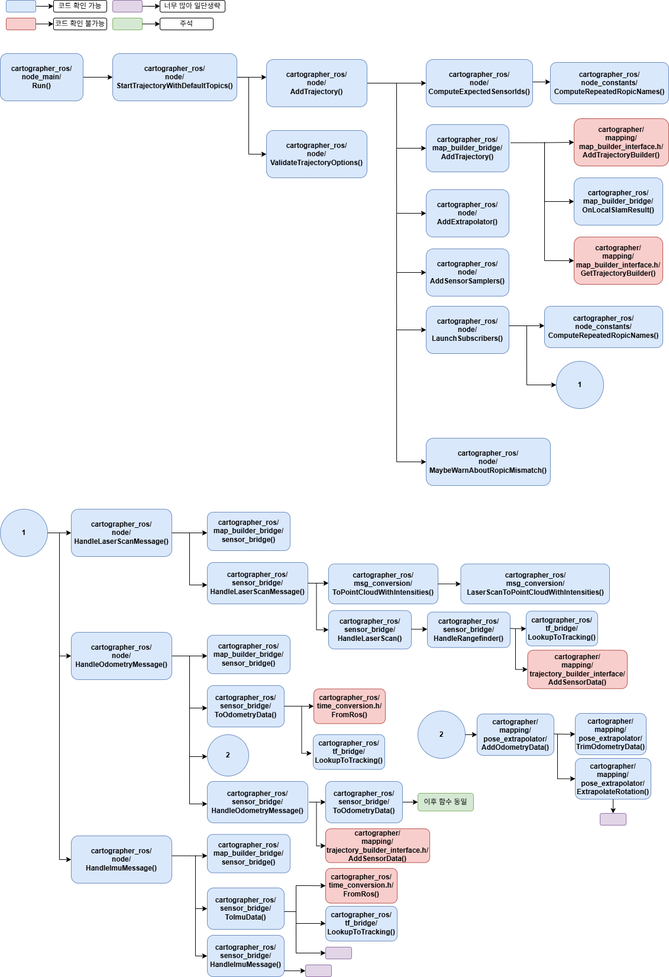
Above: ROS2 code/logic/cartographer_흐름도.png in LeeMin-git/logic (draw.io), before the change. Source tidied: cells renumbered, new cells last; positions are measured from the earlier drawing's top-left corner, leaving out a move shared by most shapes.
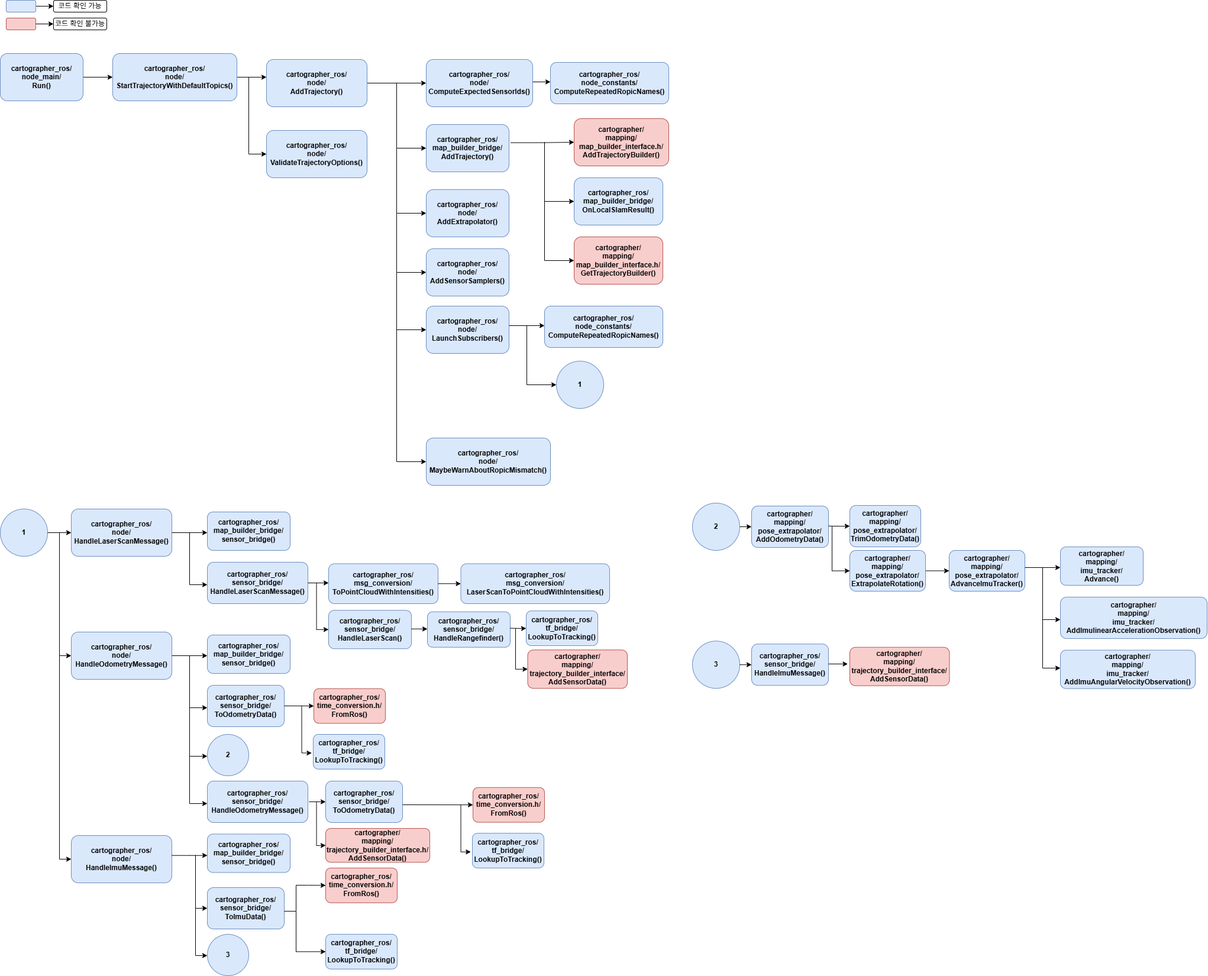
Above is the later version.

Change to the diagram source:
```diff
@@ -247,17 +247,15 @@
     <mxCell id="51" value="&lt;b&gt;cartographer_ros/&lt;br&gt;sensor_bridge/&lt;/b&gt;&lt;div&gt;&lt;b&gt;ToImuData()&lt;/b&gt;&lt;/div&gt;" style="whiteSpace=wrap;html=1;fillColor=#dae8fc;strokeColor=#6c8ebf;rounded=1;" parent="1" vertex="1">
       <mxGeometry x="350" y="1500" width="130" height="70" as="geometry" />
     </mxCell>
-    <mxCell id="52" style="edgeStyle=orthogonalEdgeStyle;rounded=0;jettySize=auto;html=1;entryX=0;entryY=0.5;entryDx=0;entryDy=0;" parent="1" edge="1" target="53">
+    <mxCell id="52" style="edgeStyle=orthogonalEdgeStyle;rounded=0;orthogonalLoop=1;jettySize=auto;html=1;entryX=0;entryY=0.5;entryDx=0;entryDy=0;" parent="1" edge="1">
       <mxGeometry relative="1" as="geometry">
         <mxPoint x="330" y="1532" as="sourcePoint" />
+        <mxPoint x="350" y="1615" as="targetPoint" />
         <Array as="points">
           <mxPoint x="330" y="1615" />
         </Array>
       </mxGeometry>
     </mxCell>
-    <mxCell id="53" value="&lt;b&gt;cartographer_ros/&lt;br&gt;sensor_bridge/&lt;/b&gt;&lt;div&gt;&lt;b&gt;HandleImuMessage()&lt;/b&gt;&lt;/div&gt;" style="whiteSpace=wrap;html=1;fillColor=#dae8fc;strokeColor=#6c8ebf;rounded=1;" parent="1" vertex="1">
-      <mxGeometry x="350" y="1580" width="130" height="70" as="geometry" />
-    </mxCell>
     <mxCell id="54" style="edgeStyle=orthogonalEdgeStyle;rounded=0;jettySize=auto;html=1;entryX=0;entryY=0.5;entryDx=0;entryDy=0;" parent="1" edge="1" target="38">
       <mxGeometry relative="1" as="geometry">
         <mxPoint x="100" y="900" as="sourcePoint" />
@@ -375,7 +373,7 @@
       </mxGeometry>
     </mxCell>
     <mxCell id="75" value="&lt;b&gt;cartographer/&lt;br&gt;mapping/&lt;br&gt;pose_extrapolator/&lt;br&gt;&lt;/b&gt;&lt;div&gt;&lt;b&gt;AddOdometryData()&lt;/b&gt;&lt;/div&gt;" style="whiteSpace=wrap;html=1;fillColor=#dae8fc;strokeColor=#6c8ebf;rounded=1;" parent="1" vertex="1">
-      <mxGeometry x="806" y="1206" width="130" height="70" as="geometry" />
+      <mxGeometry x="1270" y="855" width="130" height="70" as="geometry" />
     </mxCell>
     <mxCell id="76" style="edgeStyle=orthogonalEdgeStyle;rounded=0;orthogonalLoop=1;jettySize=auto;html=1;entryX=0;entryY=0.5;entryDx=0;entryDy=0;" parent="1" edge="1">
       <mxGeometry relative="1" as="geometry">
@@ -393,47 +391,39 @@
       <mxGeometry x="350" y="1241" width="70" height="70" as="geometry" />
     </mxCell>
     <mxCell id="79" value="&lt;b&gt;2&lt;/b&gt;" style="ellipse;whiteSpace=wrap;html=1;fillColor=#dae8fc;strokeColor=#6c8ebf;" parent="1" vertex="1">
-      <mxGeometry x="706" y="1201" width="80" height="80" as="geometry" />
+      <mxGeometry x="1170" y="850" width="80" height="80" as="geometry" />
     </mxCell>
     <mxCell id="80" style="endArrow=classic;html=1;rounded=0;entryX=0;entryY=0.5;entryDx=0;entryDy=0;" parent="1" edge="1" source="79" target="75">
       <mxGeometry relative="1" as="geometry" />
     </mxCell>
     <mxCell id="81" style="edgeStyle=orthogonalEdgeStyle;rounded=0;jettySize=auto;html=1;exitX=1;exitY=0.5;exitDx=0;exitDy=0;" parent="1" edge="1" target="82">
       <mxGeometry relative="1" as="geometry">
-        <mxPoint x="936" y="1239.8" as="sourcePoint" />
+        <mxPoint x="1400" y="888.8" as="sourcePoint" />
       </mxGeometry>
     </mxCell>
     <mxCell id="82" value="&lt;b&gt;cartographer/&lt;br&gt;mapping/&lt;br&gt;pose_extrapolator/&lt;br&gt;&lt;/b&gt;&lt;div&gt;&lt;b&gt;TrimOdometryData()&lt;/b&gt;&lt;/div&gt;" style="whiteSpace=wrap;html=1;fillColor=#dae8fc;strokeColor=#6c8ebf;rounded=1;" parent="1" vertex="1">
-      <mxGeometry x="972" y="1205" width="120" height="70" as="geometry" />
+      <mxGeometry x="1436" y="854" width="120" height="70" as="geometry" />
     </mxCell>
     <mxCell id="83" style="edgeStyle=orthogonalEdgeStyle;rounded=0;jettySize=auto;html=1;entryX=0;entryY=0.5;entryDx=0;entryDy=0;" parent="1" edge="1" target="85">
       <mxGeometry relative="1" as="geometry">
-        <mxPoint x="942" y="1240" as="sourcePoint" />
+        <mxPoint x="1406" y="889" as="sourcePoint" />
         <Array as="points">
-          <mxPoint x="942" y="1316" />
+          <mxPoint x="1406" y="965" />
         </Array>
       </mxGeometry>
     </mxCell>
-    <mxCell id="84" style="edgeStyle=orthogonalEdgeStyle;rounded=0;jettySize=auto;html=1;" parent="1" edge="1" source="85">
-      <mxGeometry relative="1" as="geometry">
-        <mxPoint x="1036" y="1374" as="targetPoint" />
-      </mxGeometry>
-    </mxCell>
+    <mxCell id="109" style="edgeStyle=orthogonalEdgeStyle;rounded=0;jettySize=auto;html=1;" parent="1" edge="1" source="85" target="118">
+      <mxGeometry relative="1" as="geometry" />
+    </mxCell>
     <mxCell id="85" value="&lt;b&gt;cartographer/&lt;br&gt;mapping/&lt;br&gt;pose_extrapolator/&lt;br&gt;&lt;/b&gt;&lt;div&gt;&lt;b&gt;ExtrapolateRotation()&lt;/b&gt;&lt;/div&gt;" style="whiteSpace=wrap;html=1;fillColor=#dae8fc;strokeColor=#6c8ebf;rounded=1;" parent="1" vertex="1">
-      <mxGeometry x="972" y="1281" width="128" height="69" as="geometry" />
+      <mxGeometry x="1436" y="930" width="128" height="69" as="geometry" />
     </mxCell>
-    <mxCell id="86" style="edgeStyle=orthogonalEdgeStyle;rounded=0;jettySize=auto;html=1;" parent="1" edge="1" source="87" target="89">
-      <mxGeometry relative="1" as="geometry" />
-    </mxCell>
     <mxCell id="87" value="&lt;b&gt;cartographer_ros/&lt;br&gt;sensor_bridge/&lt;/b&gt;&lt;div&gt;&lt;b&gt;ToOdometryData()&lt;/b&gt;&lt;/div&gt;" style="whiteSpace=wrap;html=1;fillColor=#dae8fc;strokeColor=#6c8ebf;rounded=1;" parent="1" vertex="1">
       <mxGeometry x="550" y="1320" width="130" height="70" as="geometry" />
     </mxCell>
     <mxCell id="88" style="edgeStyle=orthogonalEdgeStyle;rounded=0;jettySize=auto;html=1;exitX=1.011;exitY=0.5;exitDx=0;exitDy=0;exitPerimeter=0;entryX=0;entryY=0.5;entryDx=0;entryDy=0;" parent="1" edge="1" source="77" target="87">
       <mxGeometry relative="1" as="geometry" />
     </mxCell>
-    <mxCell id="89" value="이후 함수 동일" style="whiteSpace=wrap;html=1;fillColor=#d5e8d4;strokeColor=#82b366;rounded=1;" parent="1" vertex="1">
-      <mxGeometry x="706" y="1340" width="94" height="30" as="geometry" />
-    </mxCell>
     <mxCell id="90" value="&lt;b&gt;cartographer/&lt;/b&gt;&lt;div&gt;&lt;b&gt;mapping/&lt;br&gt;trajectory_builder_interface.h/&lt;br&gt;&lt;/b&gt;&lt;div&gt;&lt;b&gt;AddSensorData()&lt;/b&gt;&lt;/div&gt;&lt;/div&gt;" style="whiteSpace=wrap;html=1;fillColor=#f8cecc;strokeColor=#b85450;rounded=1;" parent="1" vertex="1">
       <mxGeometry x="550" y="1400" width="176" height="57.2" as="geometry" />
     </mxCell>
@@ -456,7 +446,7 @@
       </mxGeometry>
     </mxCell>
     <mxCell id="93" value="&lt;b&gt;cartographer_ros/&lt;br&gt;tf_bridge/&lt;/b&gt;&lt;div&gt;&lt;b&gt;LookupToTracking()&lt;/b&gt;&lt;/div&gt;" style="whiteSpace=wrap;html=1;fillColor=#dae8fc;strokeColor=#6c8ebf;rounded=1;" parent="1" vertex="1">
-      <mxGeometry x="550" y="1531" width="121" height="58.8" as="geometry" />
+      <mxGeometry x="550" y="1579" width="121" height="58.8" as="geometry" />
     </mxCell>
     <mxCell id="94" value="&lt;b&gt;cartographer_ros/&lt;br&gt;time_conversion.h/&lt;/b&gt;&lt;div&gt;&lt;b&gt;FromRos()&lt;/b&gt;&lt;/div&gt;" style="whiteSpace=wrap;html=1;fillColor=#f8cecc;strokeColor=#b85450;rounded=1;" parent="1" vertex="1">
       <mxGeometry x="550" y="1466.9" width="121" height="58.8" as="geometry" />
@@ -465,63 +455,101 @@
       <mxGeometry relative="1" as="geometry">
         <mxPoint x="500" y="1540" as="sourcePoint" />
         <Array as="points">
-          <mxPoint x="500" y="1560" />
-          <mxPoint x="546" y="1560" />
+          <mxPoint x="500" y="1608" />
         </Array>
       </mxGeometry>
     </mxCell>
-    <mxCell id="96" style="edgeStyle=orthogonalEdgeStyle;rounded=0;orthogonalLoop=1;jettySize=auto;html=1;entryX=0;entryY=0.5;entryDx=0;entryDy=0;" parent="1" edge="1">
-      <mxGeometry relative="1" as="geometry">
-        <mxPoint x="480" y="1640" as="sourcePoint" />
-        <mxPoint x="516" y="1640" as="targetPoint" />
-        <Array as="points">
-          <mxPoint x="492" y="1640" />
-        </Array>
-      </mxGeometry>
-    </mxCell>
-    <mxCell id="97" style="edgeStyle=orthogonalEdgeStyle;rounded=0;orthogonalLoop=1;jettySize=auto;html=1;" parent="1" edge="1">
-      <mxGeometry relative="1" as="geometry">
-        <mxPoint x="500" y="1560" as="sourcePoint" />
-        <mxPoint x="550" y="1610" as="targetPoint" />
-        <Array as="points">
-          <mxPoint x="500" y="1610" />
-        </Array>
-      </mxGeometry>
-    </mxCell>
-    <mxCell id="98" style="whiteSpace=wrap;html=1;fillColor=#e1d5e7;strokeColor=#9673a6;rounded=1;" parent="1" vertex="1">
-      <mxGeometry x="516" y="1630" width="44" height="20" as="geometry" />
-    </mxCell>
-    <mxCell id="99" style="rounded=1;whiteSpace=wrap;html=1;fillColor=#d5e8d4;strokeColor=#82b366;" parent="1" vertex="1">
-      <mxGeometry x="190" y="30" width="50" height="20" as="geometry" />
-    </mxCell>
-    <mxCell id="100" style="edgeStyle=orthogonalEdgeStyle;rounded=0;jettySize=auto;html=1;entryX=0;entryY=0.5;entryDx=0;entryDy=0;" parent="1" edge="1" source="101" target="102">
-      <mxGeometry relative="1" as="geometry" />
+    <mxCell id="100" style="edgeStyle=orthogonalEdgeStyle;rounded=0;jettySize=auto;html=1;entryX=0;entryY=0.5;entryDx=0;entryDy=0;" parent="1" edge="1" target="x">
+      <mxGeometry relative="1" as="geometry">
+        <mxPoint x="240" y="10" as="sourcePoint" />
+      </mxGeometry>
     </mxCell>
-    <mxCell id="101" style="rounded=1;whiteSpace=wrap;html=1;fillColor=#e1d5e7;strokeColor=#9673a6;" parent="1" vertex="1">
-      <mxGeometry x="190" width="50" height="20" as="geometry" />
-    </mxCell>
-    <mxCell id="102" value="너무 많아 일단생략" style="rounded=1;whiteSpace=wrap;html=1;" parent="1" vertex="1">
-      <mxGeometry x="270" width="110" height="20" as="geometry" />
-    </mxCell>
-    <mxCell id="103" style="edgeStyle=orthogonalEdgeStyle;rounded=0;jettySize=auto;html=1;entryX=0;entryY=0.5;entryDx=0;entryDy=0;" parent="1" edge="1" target="104">
-      <mxGeometry relative="1" as="geometry">
-        <mxPoint x="240" y="40" as="sourcePoint" />
-      </mxGeometry>
-    </mxCell>
-    <mxCell id="104" value="주석" style="rounded=1;whiteSpace=wrap;html=1;" parent="1" vertex="1">
-      <mxGeometry x="270" y="30" width="90" height="20" as="geometry" />
-    </mxCell>
-    <mxCell id="105" style="whiteSpace=wrap;html=1;fillColor=#e1d5e7;strokeColor=#9673a6;rounded=1;" parent="1" vertex="1">
-      <mxGeometry x="550" y="1600" width="44" height="20" as="geometry" />
-    </mxCell>
-    <mxCell id="106" style="whiteSpace=wrap;html=1;fillColor=#e1d5e7;strokeColor=#9673a6;rounded=1;" parent="1" vertex="1">
-      <mxGeometry x="1014" y="1374" width="44" height="20" as="geometry" />
-    </mxCell>
     <mxCell id="107" style="edgeStyle=orthogonalEdgeStyle;rounded=0;jettySize=auto;html=1;exitX=1;exitY=0.5;exitDx=0;exitDy=0;entryX=0;entryY=0.5;entryDx=0;entryDy=0;" parent="1" edge="1" source="61" target="108">
       <mxGeometry relative="1" as="geometry" />
     </mxCell>
     <mxCell id="108" value="&lt;b&gt;cartographer_ros/&lt;br&gt;msg_conversion/&lt;/b&gt;&lt;div&gt;&lt;b&gt;LaserScanToPointCloudWithIntensities()&lt;/b&gt;&lt;/div&gt;" style="whiteSpace=wrap;html=1;fillColor=#dae8fc;strokeColor=#6c8ebf;rounded=1;" parent="1" vertex="1">
       <mxGeometry x="778.5" y="952.5" width="251.5" height="67.5" as="geometry" />
     </mxCell>
+    <mxCell id="110" style="edgeStyle=orthogonalEdgeStyle;rounded=0;jettySize=auto;html=1;entryX=0;entryY=0.5;entryDx=0;entryDy=0;" parent="1" edge="1" target="112">
+      <mxGeometry relative="1" as="geometry">
+        <mxPoint x="680" y="1360" as="sourcePoint" />
+        <Array as="points">
+          <mxPoint x="680" y="1360" />
+        </Array>
+      </mxGeometry>
+    </mxCell>
+    <mxCell id="111" value="&lt;b&gt;cartographer_ros/&lt;br&gt;tf_bridge/&lt;/b&gt;&lt;div&gt;&lt;b&gt;LookupToTracking()&lt;/b&gt;&lt;/div&gt;" style="whiteSpace=wrap;html=1;fillColor=#dae8fc;strokeColor=#6c8ebf;rounded=1;" parent="1" vertex="1">
+      <mxGeometry x="798" y="1408.2" width="121" height="58.8" as="geometry" />
+    </mxCell>
+    <mxCell id="112" value="&lt;b&gt;cartographer_ros/&lt;br&gt;time_conversion.h/&lt;/b&gt;&lt;div&gt;&lt;b&gt;FromRos()&lt;/b&gt;&lt;/div&gt;" style="whiteSpace=wrap;html=1;fillColor=#f8cecc;strokeColor=#b85450;rounded=1;" parent="1" vertex="1">
+      <mxGeometry x="799" y="1330.8" width="121" height="58.8" as="geometry" />
+    </mxCell>
+    <mxCell id="113" style="edgeStyle=orthogonalEdgeStyle;rounded=0;jettySize=auto;html=1;entryX=-0.022;entryY=0.537;entryDx=0;entryDy=0;entryPerimeter=0;" parent="1" edge="1" target="111">
+      <mxGeometry relative="1" as="geometry">
+        <mxPoint x="778.5" y="1360.4" as="sourcePoint" />
+        <Array as="points">
+          <mxPoint x="779" y="1440.2" />
+        </Array>
+      </mxGeometry>
+    </mxCell>
+    <mxCell id="114" value="&lt;b&gt;3&lt;/b&gt;" style="ellipse;whiteSpace=wrap;html=1;fillColor=#dae8fc;strokeColor=#6c8ebf;" parent="1" vertex="1">
+      <mxGeometry x="350" y="1579" width="70" height="70" as="geometry" />
+    </mxCell>
+    <mxCell id="53" value="&lt;b&gt;cartographer_ros/&lt;br&gt;sensor_bridge/&lt;/b&gt;&lt;div&gt;&lt;b&gt;HandleImuMessage()&lt;/b&gt;&lt;/div&gt;" style="whiteSpace=wrap;html=1;fillColor=#dae8fc;strokeColor=#6c8ebf;rounded=1;" parent="1" vertex="1">
+      <mxGeometry x="1270" y="1088.2" width="130" height="70" as="geometry" />
+    </mxCell>
+    <mxCell id="115" value="&lt;b&gt;3&lt;/b&gt;" style="ellipse;whiteSpace=wrap;html=1;fillColor=#dae8fc;strokeColor=#6c8ebf;" parent="1" vertex="1">
+      <mxGeometry x="1170" y="1083.2" width="80" height="80" as="geometry" />
+    </mxCell>
+    <mxCell id="116" style="endArrow=classic;html=1;rounded=0;entryX=0;entryY=0.5;entryDx=0;entryDy=0;" parent="1" edge="1" source="115" target="53">
+      <mxGeometry relative="1" as="geometry" />
+    </mxCell>
+    <mxCell id="117" style="edgeStyle=orthogonalEdgeStyle;rounded=0;jettySize=auto;html=1;exitX=1;exitY=0.5;exitDx=0;exitDy=0;entryX=-0.02;entryY=0.422;entryDx=0;entryDy=0;entryPerimeter=0;" parent="1" edge="1" target="125">
+      <mxGeometry relative="1" as="geometry">
+        <mxPoint x="1400" y="1122" as="sourcePoint" />
+      </mxGeometry>
+    </mxCell>
+    <mxCell id="118" value="&lt;b&gt;cartographer/&lt;br&gt;mapping/&lt;br&gt;pose_extrapolator/&lt;br&gt;&lt;/b&gt;&lt;div&gt;&lt;b&gt;AdvanceImuTracker()&lt;/b&gt;&lt;/div&gt;" style="whiteSpace=wrap;html=1;fillColor=#dae8fc;strokeColor=#6c8ebf;rounded=1;" parent="1" vertex="1">
+      <mxGeometry x="1604" y="930" width="128" height="69" as="geometry" />
+    </mxCell>
+    <mxCell id="119" style="edgeStyle=orthogonalEdgeStyle;rounded=0;jettySize=auto;html=1;" parent="1" edge="1" target="120">
+      <mxGeometry relative="1" as="geometry">
+        <mxPoint x="1732" y="959" as="sourcePoint" />
+        <Array as="points">
+          <mxPoint x="1732" y="959" />
+          <mxPoint x="1732" y="959" />
+        </Array>
+      </mxGeometry>
+    </mxCell>
+    <mxCell id="120" value="&lt;b&gt;cartographer/&lt;br&gt;mapping/&lt;br&gt;imu_tracker/&lt;br&gt;&lt;/b&gt;&lt;div&gt;&lt;b&gt;Advance()&lt;/b&gt;&lt;/div&gt;" style="whiteSpace=wrap;html=1;fillColor=#dae8fc;strokeColor=#6c8ebf;rounded=1;" parent="1" vertex="1">
+      <mxGeometry x="1792" y="924" width="140" height="65" as="geometry" />
+    </mxCell>
+    <mxCell id="121" style="edgeStyle=orthogonalEdgeStyle;rounded=0;orthogonalLoop=1;jettySize=auto;html=1;entryX=0;entryY=0.5;entryDx=0;entryDy=0;" parent="1" edge="1">
+      <mxGeometry relative="1" as="geometry">
+        <mxPoint x="1762" y="959" as="sourcePoint" />
+        <mxPoint x="1792" y="1047" as="targetPoint" />
+        <Array as="points">
+          <mxPoint x="1762" y="1047" />
+        </Array>
+      </mxGeometry>
+    </mxCell>
+    <mxCell id="122" value="&lt;b&gt;cartographer/&lt;br&gt;mapping/&lt;br&gt;imu_tracker/&lt;br&gt;&lt;/b&gt;&lt;div&gt;&lt;b&gt;AddImulinearAccelerationObservation()&lt;/b&gt;&lt;/div&gt;" style="whiteSpace=wrap;html=1;fillColor=#dae8fc;strokeColor=#6c8ebf;rounded=1;" parent="1" vertex="1">
+      <mxGeometry x="1792" y="1009" width="248" height="70" as="geometry" />
+    </mxCell>
+    <mxCell id="123" style="edgeStyle=orthogonalEdgeStyle;rounded=0;orthogonalLoop=1;jettySize=auto;html=1;entryX=0;entryY=0.5;entryDx=0;entryDy=0;" parent="1" edge="1">
+      <mxGeometry relative="1" as="geometry">
+        <mxPoint x="1762" y="1041" as="sourcePoint" />
+        <mxPoint x="1792" y="1129" as="targetPoint" />
+        <Array as="points">
+          <mxPoint x="1762" y="1129" />
+        </Array>
+      </mxGeometry>
+    </mxCell>
+    <mxCell id="124" value="&lt;b&gt;cartographer/&lt;br&gt;mapping/&lt;br&gt;imu_tracker/&lt;br&gt;&lt;/b&gt;&lt;div&gt;&lt;b&gt;AddImuAngularVelocityObservation()&lt;/b&gt;&lt;/div&gt;" style="whiteSpace=wrap;html=1;fillColor=#dae8fc;strokeColor=#6c8ebf;rounded=1;" parent="1" vertex="1">
+      <mxGeometry x="1792" y="1098.6" width="228" height="65" as="geometry" />
+    </mxCell>
+    <mxCell id="125" value="&lt;b&gt;cartographer/&lt;br&gt;mapping/&lt;br&gt;trajectory_builder_interface/&lt;br&gt;&lt;/b&gt;&lt;div&gt;&lt;b&gt;AddSensorData()&lt;/b&gt;&lt;/div&gt;" style="whiteSpace=wrap;html=1;fillColor=#f8cecc;strokeColor=#b85450;rounded=1;" parent="1" vertex="1">
+      <mxGeometry x="1436" y="1093.8" width="168.5" height="65" as="geometry" />
+    </mxCell>
   </root>
 </mxGraphModel>
```
